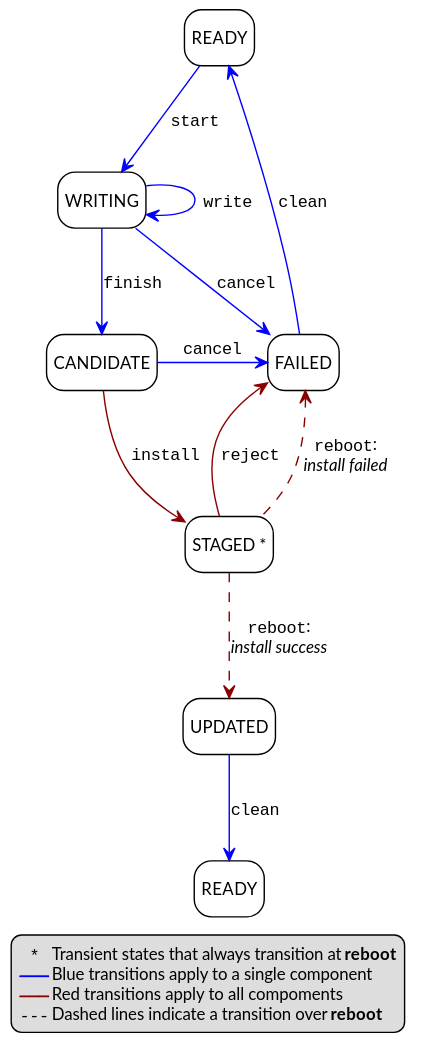
Above: doc/fwu/figure/fwu-states-no-trial.svg in ARM-software/psa-api (PlantUML), before the change. Its source is kept beside it as doc/fwu/figure/fwu-states-no-trial.puml. The source it was exported from:
```plantuml
@startuml

!include atg-spec.pumh

skinparam LegendFontSize 12

legend bottom
  "" * "" Transient states that always transition at **reboot**
  <color:blue>--""———""--</color> Blue transitions apply to a single component
  <color:darkred>--""———""--</color> Red transitions apply to all compoments
  ""---"" Dashed lines indicate a transition over **reboot**
end legend

state Start as "READY"
state Staging as "WRITING"
state Candidate as "CANDIDATE"
state Staged as "STAGED *"
state Failed as "FAILED"
state Updated as "UPDATED"
state End as "READY"

Start -[#blue]-> Staging : ""start""
Staging -[#blue]-> Staging : ""write""
Staging -[#blue]-> Candidate : ""finish""
Staging -[#blue]-> Failed : ""cancel""
Candidate -r[#blue]-> Failed : ""cancel""
Candidate -d[#darkred]-> Staged : ""install""

Staged -[#darkred,dashed]-> Updated : ""reboot"":\n//install success//
Staged -u[#darkred,dashed]-> Failed : ""reboot"":\n//install failed//
Staged -u[#darkred]-> Failed : ""reject""

Failed -u[#blue]-> Start: ""clean""

Updated -[#blue]-> End : ""clean""

@enduml
```
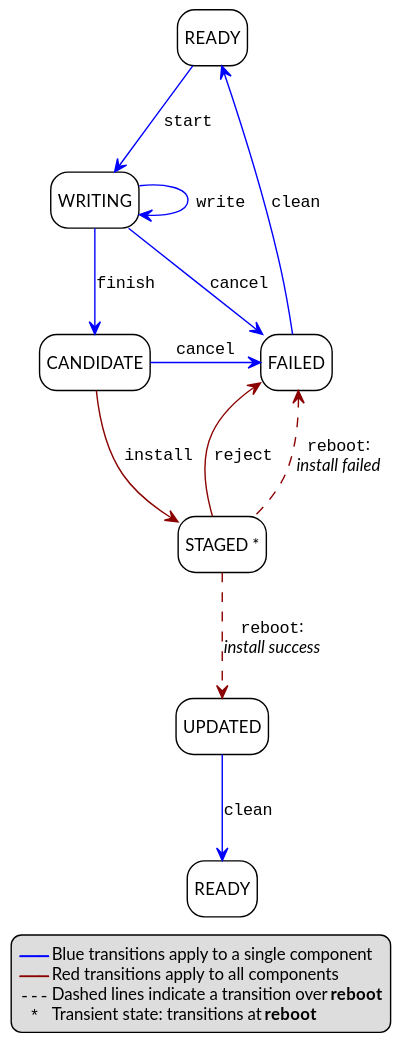
After the commit.

What changed in the source:
```diff
@@ -5,24 +5,24 @@
 skinparam LegendFontSize 12
 
 legend bottom
-  "" * "" Transient states that always transition at **reboot**
   <color:blue>--""———""--</color> Blue transitions apply to a single component
-  <color:darkred>--""———""--</color> Red transitions apply to all compoments
+  <color:darkred>--""———""--</color> Red transitions apply to all components
   ""---"" Dashed lines indicate a transition over **reboot**
+  "" * "" Transient state: transitions at **reboot**
 end legend
 
 state Start as "READY"
-state Staging as "WRITING"
+state Writing as "WRITING"
 state Candidate as "CANDIDATE"
 state Staged as "STAGED *"
 state Failed as "FAILED"
 state Updated as "UPDATED"
 state End as "READY"
 
-Start -[#blue]-> Staging : ""start""
-Staging -[#blue]-> Staging : ""write""
-Staging -[#blue]-> Candidate : ""finish""
-Staging -[#blue]-> Failed : ""cancel""
+Start -[#blue]-> Writing : ""start""
+Writing -[#blue]-> Writing : ""write""
+Writing -[#blue]-> Candidate : ""finish""
+Writing -[#blue]-> Failed : ""cancel""
 Candidate -r[#blue]-> Failed : ""cancel""
 Candidate -d[#darkred]-> Staged : ""install""
 
```
